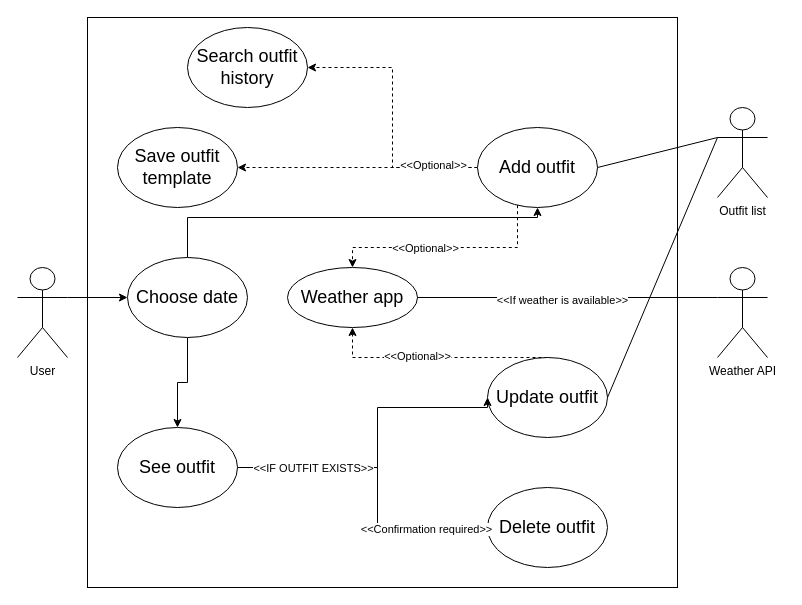
The draw.io diagram docs/diagrams/UCD-managing-outfits-in-calendar.drawio in gienon-fer/SeekFit, before the edit. Source tidied: cells renumbered, new cells numbered last; positions are measured from the earlier drawing's top-left corner, leaving out a move shared by most shapes. Both pictures are drawn from the tidied source at 100%, with x=0, y=0 at pixel (17, 17).
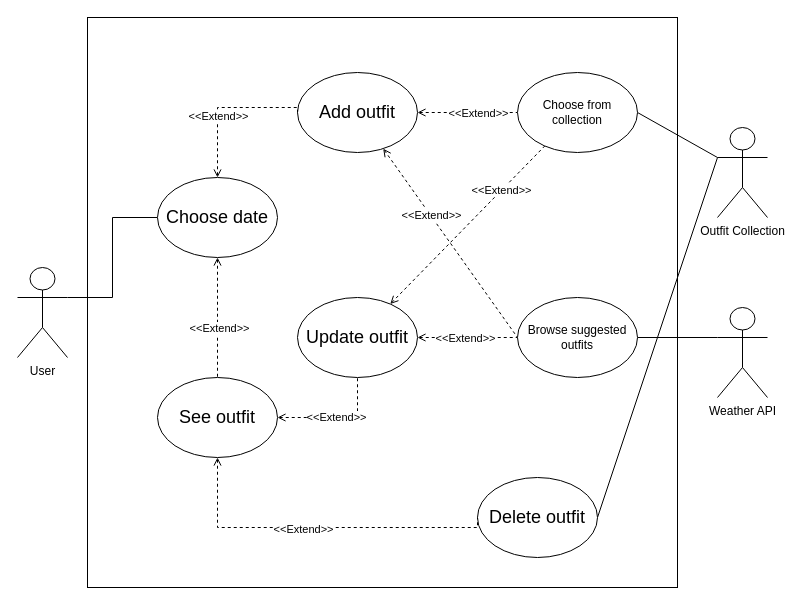
The same page after the edit.

Commit message:
Corrected managing outfits in calendar UCD

The change refers to these unchanged cells:
```xml
<mxCell id="4" value="User" style="shape=umlActor;verticalLabelPosition=bottom;verticalAlign=top;html=1;outlineConnect=0;" parent="1" vertex="1">
  <mxGeometry y="250" width="50" height="90" as="geometry" />
</mxCell>
```

Change to the diagram source:
```diff
@@
-    <mxCell id="3" style="edgeStyle=orthogonalEdgeStyle;rounded=0;jettySize=auto;html=1;entryX=0;entryY=0.5;entryDx=0;entryDy=0;exitX=1;exitY=0.3333333333333333;exitDx=0;exitDy=0;exitPerimeter=0;" parent="1" edge="1" source="4" target="24">
+    <mxCell id="3" style="edgeStyle=orthogonalEdgeStyle;rounded=0;jettySize=auto;html=1;entryX=0;entryY=0.5;entryDx=0;entryDy=0;exitX=1;exitY=0.3333333333333333;exitDx=0;exitDy=0;exitPerimeter=0;endArrow=none;endFill=0;" parent="1" edge="1" source="4" target="24">
       <mxGeometry relative="1" as="geometry" />
     </mxCell>
@@
-    <mxCell id="5" style="edgeStyle=orthogonalEdgeStyle;rounded=0;jettySize=auto;html=1;dashed=1;" parent="1" edge="1" source="10" target="16">
-      <mxGeometry relative="1" as="geometry">
-        <Array as="points">
-          <mxPoint x="500" y="230" />
-          <mxPoint x="335" y="230" />
-        </Array>
-      </mxGeometry>
-    </mxCell>
-    <mxCell id="6" value="&amp;lt;&amp;lt;Optional&amp;gt;&amp;gt;" style="edgeLabel;html=1;align=center;verticalAlign=middle;" parent="5" vertex="1">
-      <mxGeometry x="0.19" relative="1" as="geometry" />
-    </mxCell>
-    <mxCell id="7" style="edgeStyle=orthogonalEdgeStyle;rounded=0;jettySize=auto;html=1;entryX=1;entryY=0.5;entryDx=0;entryDy=0;dashed=1;" parent="1" edge="1" source="10" target="30">
-      <mxGeometry relative="1" as="geometry" />
-    </mxCell>
-    <mxCell id="8" style="edgeStyle=orthogonalEdgeStyle;rounded=0;jettySize=auto;html=1;entryX=1;entryY=0.5;entryDx=0;entryDy=0;dashed=1;" parent="1" edge="1" source="10" target="31">
-      <mxGeometry relative="1" as="geometry" />
-    </mxCell>
-    <mxCell id="9" value="&amp;lt;&amp;lt;Optional&amp;gt;&amp;gt;" style="edgeLabel;html=1;align=center;verticalAlign=middle;" parent="8" vertex="1">
-      <mxGeometry x="-0.67" y="-3" relative="1" as="geometry" />
-    </mxCell>
+    <mxCell id="32" style="edgeStyle=none;html=1;entryX=0;entryY=0.5;entryDx=0;entryDy=0;startArrow=open;startFill=0;endArrow=none;endFill=0;dashed=1;" parent="1" edge="1" source="10" target="48">
+      <mxGeometry relative="1" as="geometry" />
+    </mxCell>
+    <mxCell id="33" value="&amp;lt;&amp;lt;Extend&amp;gt;&amp;gt;" style="edgeLabel;html=1;align=center;verticalAlign=middle;" parent="32" vertex="1">
+      <mxGeometry x="-0.29" relative="1" as="geometry" />
+    </mxCell>
+    <mxCell id="34" style="edgeStyle=none;html=1;startArrow=open;startFill=0;endArrow=none;endFill=0;dashed=1;" parent="1" edge="1" source="10" target="46">
+      <mxGeometry relative="1" as="geometry" />
+    </mxCell>
+    <mxCell id="35" value="&amp;lt;&amp;lt;Extend&amp;gt;&amp;gt;" style="edgeLabel;html=1;align=center;verticalAlign=middle;" parent="34" vertex="1">
+      <mxGeometry x="0.36" y="1" relative="1" as="geometry">
+        <mxPoint x="-8" y="1" as="offset" />
+      </mxGeometry>
+    </mxCell>
     <mxCell id="10" value="&lt;font style=&quot;font-size: 18px;&quot;&gt;Add outfit&lt;/font&gt;" style="ellipse;whiteSpace=wrap;html=1;" parent="1" vertex="1">
-      <mxGeometry x="460" y="110" width="120" height="80" as="geometry" />
+      <mxGeometry x="280" y="55" width="120" height="80" as="geometry" />
     </mxCell>
+    <mxCell id="36" style="edgeStyle=none;html=1;exitX=1;exitY=0.5;exitDx=0;exitDy=0;entryX=0;entryY=0.3333333333333333;entryDx=0;entryDy=0;entryPerimeter=0;startArrow=none;startFill=0;endArrow=none;endFill=0;" parent="1" edge="1" source="11" target="15">
+      <mxGeometry relative="1" as="geometry" />
+    </mxCell>
     <mxCell id="11" value="&lt;font style=&quot;font-size: 18px;&quot;&gt;Delete outfit&lt;/font&gt;" style="ellipse;whiteSpace=wrap;html=1;" parent="1" vertex="1">
-      <mxGeometry x="470" y="470" width="120" height="80" as="geometry" />
+      <mxGeometry x="460" y="460" width="120" height="80" as="geometry" />
     </mxCell>
-    <mxCell id="12" style="edgeStyle=orthogonalEdgeStyle;rounded=0;jettySize=auto;html=1;entryX=0.5;entryY=1;entryDx=0;entryDy=0;dashed=1;" parent="1" edge="1" source="14" target="16">
-      <mxGeometry relative="1" as="geometry">
-        <Array as="points">
-          <mxPoint x="500" y="340" />
-          <mxPoint x="335" y="340" />
-        </Array>
-      </mxGeometry>
-    </mxCell>
-    <mxCell id="13" value="&amp;lt;&amp;lt;Optional&amp;gt;&amp;gt;" style="edgeLabel;html=1;align=center;verticalAlign=middle;" parent="12" vertex="1">
-      <mxGeometry x="0.16" y="-2" relative="1" as="geometry" />
-    </mxCell>
+    <mxCell id="37" style="edgeStyle=none;html=1;startArrow=open;startFill=0;endArrow=none;endFill=0;dashed=1;" parent="1" edge="1" source="14" target="46">
+      <mxGeometry relative="1" as="geometry" />
+    </mxCell>
+    <mxCell id="38" value="&amp;lt;&amp;lt;Extend&amp;gt;&amp;gt;" style="edgeLabel;html=1;align=center;verticalAlign=middle;" parent="37" vertex="1">
+      <mxGeometry x="0.44" y="1" relative="1" as="geometry" />
+    </mxCell>
+    <mxCell id="39" style="edgeStyle=none;html=1;exitX=1;exitY=0.5;exitDx=0;exitDy=0;entryX=0;entryY=0.5;entryDx=0;entryDy=0;startArrow=open;startFill=0;endArrow=none;endFill=0;dashed=1;" parent="1" edge="1" source="14" target="48">
+      <mxGeometry relative="1" as="geometry" />
+    </mxCell>
+    <mxCell id="40" value="&amp;lt;&amp;lt;Extend&amp;gt;&amp;gt;" style="edgeLabel;html=1;align=center;verticalAlign=middle;" parent="39" vertex="1">
+      <mxGeometry x="-0.33" y="-3" relative="1" as="geometry">
+        <mxPoint x="13" y="-3" as="offset" />
+      </mxGeometry>
+    </mxCell>
     <mxCell id="14" value="&lt;font style=&quot;font-size: 18px;&quot;&gt;Update outfit&lt;/font&gt;" style="ellipse;whiteSpace=wrap;html=1;" parent="1" vertex="1">
-      <mxGeometry x="470" y="340" width="120" height="80" as="geometry" />
+      <mxGeometry x="280" y="280" width="120" height="80" as="geometry" />
     </mxCell>
-    <mxCell id="15" value="Outfit list" style="shape=umlActor;verticalLabelPosition=bottom;verticalAlign=top;html=1;outlineConnect=0;" parent="1" vertex="1">
-      <mxGeometry x="700" y="90" width="50" height="90" as="geometry" />
+    <mxCell id="15" value="Outfit Collection" style="shape=umlActor;verticalLabelPosition=bottom;verticalAlign=top;html=1;outlineConnect=0;" parent="1" vertex="1">
+      <mxGeometry x="700" y="110" width="50" height="90" as="geometry" />
     </mxCell>
-    <mxCell id="16" value="&lt;font style=&quot;font-size: 18px;&quot;&gt;Weather app&lt;/font&gt;" style="ellipse;whiteSpace=wrap;html=1;" parent="1" vertex="1">
-      <mxGeometry x="270" y="250" width="130" height="60" as="geometry" />
-    </mxCell>
-    <mxCell id="17" style="edgeStyle=orthogonalEdgeStyle;rounded=0;jettySize=auto;html=1;entryX=0;entryY=0.5;entryDx=0;entryDy=0;" parent="1" edge="1" source="21" target="11">
+    <mxCell id="17" style="edgeStyle=orthogonalEdgeStyle;rounded=0;jettySize=auto;html=1;entryX=0;entryY=0.5;entryDx=0;entryDy=0;startArrow=open;startFill=0;endArrow=none;endFill=0;dashed=1;" parent="1" edge="1" source="21" target="11">
       <mxGeometry relative="1" as="geometry">
         <Array as="points">
-          <mxPoint x="360" y="450" />
-          <mxPoint x="360" y="510" />
+          <mxPoint x="200" y="510" />
         </Array>
       </mxGeometry>
     </mxCell>
-    <mxCell id="18" value="&amp;lt;&amp;lt;Confirmation required&amp;gt;&amp;gt;" style="edgeLabel;html=1;align=center;verticalAlign=middle;" parent="17" vertex="1">
-      <mxGeometry x="0.6" y="-1" relative="1" as="geometry" />
-    </mxCell>
+    <mxCell id="41" value="&amp;lt;&amp;lt;Extend&amp;gt;&amp;gt;" style="edgeLabel;html=1;align=center;verticalAlign=middle;" parent="17" vertex="1">
+      <mxGeometry x="-0.09" y="-1" relative="1" as="geometry" />
+    </mxCell>
-    <mxCell id="19" style="edgeStyle=orthogonalEdgeStyle;rounded=0;jettySize=auto;html=1;entryX=0;entryY=0.5;entryDx=0;entryDy=0;" parent="1" edge="1" source="21" target="14">
+    <mxCell id="19" style="edgeStyle=orthogonalEdgeStyle;rounded=0;jettySize=auto;html=1;startArrow=open;startFill=0;endArrow=none;endFill=0;dashed=1;entryX=0.5;entryY=1;entryDx=0;entryDy=0;" parent="1" edge="1" source="21" target="14">
       <mxGeometry relative="1" as="geometry">
         <Array as="points">
-          <mxPoint x="360" y="450" />
-          <mxPoint x="360" y="390" />
+          <mxPoint x="340" y="400" />
         </Array>
       </mxGeometry>
     </mxCell>
-    <mxCell id="20" value="&amp;lt;&amp;lt;IF OUTFIT EXISTS&amp;gt;&amp;gt;" style="edgeLabel;html=1;align=center;verticalAlign=middle;" parent="19" vertex="1">
-      <mxGeometry x="-0.53" relative="1" as="geometry" />
-    </mxCell>
+    <mxCell id="42" value="&amp;lt;&amp;lt;Extend&amp;gt;&amp;gt;" style="edgeLabel;html=1;align=center;verticalAlign=middle;" parent="19" vertex="1">
+      <mxGeometry x="-0.03" y="1" relative="1" as="geometry" />
+    </mxCell>
     <mxCell id="21" value="&lt;font style=&quot;font-size: 18px;&quot;&gt;See outfit&lt;/font&gt;" style="ellipse;whiteSpace=wrap;html=1;" parent="1" vertex="1">
-      <mxGeometry x="100" y="410" width="120" height="80" as="geometry" />
+      <mxGeometry x="140" y="360" width="120" height="80" as="geometry" />
     </mxCell>
-    <mxCell id="22" style="edgeStyle=orthogonalEdgeStyle;rounded=0;jettySize=auto;html=1;entryX=0.5;entryY=0;entryDx=0;entryDy=0;" parent="1" edge="1" source="24" target="21">
+    <mxCell id="22" style="edgeStyle=orthogonalEdgeStyle;rounded=0;jettySize=auto;html=1;entryX=0.5;entryY=0;entryDx=0;entryDy=0;dashed=1;startArrow=open;startFill=0;endArrow=none;endFill=0;" parent="1" edge="1" source="24" target="21">
       <mxGeometry relative="1" as="geometry" />
     </mxCell>
+    <mxCell id="43" value="&amp;lt;&amp;lt;Extend&amp;gt;&amp;gt;" style="edgeLabel;html=1;align=center;verticalAlign=middle;" parent="22" vertex="1">
+      <mxGeometry x="0.17" y="1" relative="1" as="geometry" />
+    </mxCell>
-    <mxCell id="23" style="edgeStyle=orthogonalEdgeStyle;rounded=0;jettySize=auto;html=1;entryX=0.5;entryY=1;entryDx=0;entryDy=0;" parent="1" edge="1" source="24" target="10">
+    <mxCell id="23" style="edgeStyle=orthogonalEdgeStyle;rounded=0;jettySize=auto;html=1;endArrow=none;endFill=0;startArrow=open;startFill=0;dashed=1;entryX=0;entryY=0.5;entryDx=0;entryDy=0;" parent="1" edge="1" source="24" target="10">
       <mxGeometry relative="1" as="geometry">
         <Array as="points">
-          <mxPoint x="170" y="200" />
-          <mxPoint x="520" y="200" />
+          <mxPoint x="200" y="90" />
         </Array>
       </mxGeometry>
     </mxCell>
+    <mxCell id="44" value="&amp;lt;&amp;lt;Extend&amp;gt;&amp;gt;" style="edgeLabel;html=1;align=center;verticalAlign=middle;" parent="23" vertex="1">
+      <mxGeometry x="-0.2" relative="1" as="geometry" />
+    </mxCell>
     <mxCell id="24" value="&lt;font style=&quot;font-size: 18px;&quot;&gt;Choose date&lt;/font&gt;" style="ellipse;whiteSpace=wrap;html=1;" parent="1" vertex="1">
-      <mxGeometry x="110" y="240" width="120" height="80" as="geometry" />
+      <mxGeometry x="140" y="160" width="120" height="80" as="geometry" />
     </mxCell>
-    <mxCell id="25" style="endArrow=none;html=1;rounded=0;exitX=1;exitY=0.5;exitDx=0;exitDy=0;entryX=0;entryY=0.3333333333333333;entryDx=0;entryDy=0;entryPerimeter=0;" parent="1" edge="1" source="10" target="15">
-      <mxGeometry relative="1" as="geometry" />
-    </mxCell>
-    <mxCell id="26" style="endArrow=none;html=1;rounded=0;exitX=1;exitY=0.5;exitDx=0;exitDy=0;entryX=0;entryY=0.3333333333333333;entryDx=0;entryDy=0;entryPerimeter=0;" parent="1" edge="1" source="14" target="15">
-      <mxGeometry relative="1" as="geometry" />
-    </mxCell>
     <mxCell id="27" value="Weather API" style="shape=umlActor;verticalLabelPosition=bottom;verticalAlign=top;html=1;outlineConnect=0;" parent="1" vertex="1">
-      <mxGeometry x="700" y="250" width="50" height="90" as="geometry" />
+      <mxGeometry x="700" y="290" width="50" height="90" as="geometry" />
     </mxCell>
-    <mxCell id="28" style="endArrow=none;html=1;rounded=0;exitX=1;exitY=0.5;exitDx=0;exitDy=0;entryX=0;entryY=0.3333333333333333;entryDx=0;entryDy=0;entryPerimeter=0;" parent="1" edge="1" source="16" target="27">
-      <mxGeometry relative="1" as="geometry" />
-    </mxCell>
-    <mxCell id="29" value="&amp;lt;&amp;lt;If weather is available&amp;gt;&amp;gt;" style="edgeLabel;html=1;align=center;verticalAlign=middle;" parent="28" vertex="1">
-      <mxGeometry x="-0.04" y="-2" relative="1" as="geometry" />
-    </mxCell>
-    <mxCell id="30" value="&lt;font style=&quot;font-size: 18px;&quot;&gt;Save outfit template&lt;/font&gt;" style="ellipse;whiteSpace=wrap;html=1;" parent="1" vertex="1">
-      <mxGeometry x="100" y="110" width="120" height="80" as="geometry" />
-    </mxCell>
-    <mxCell id="31" value="&lt;font style=&quot;font-size: 18px;&quot;&gt;Search outfit history&lt;/font&gt;" style="ellipse;whiteSpace=wrap;html=1;" parent="1" vertex="1">
-      <mxGeometry x="170" y="10" width="120" height="80" as="geometry" />
-    </mxCell>
+    <mxCell id="45" style="edgeStyle=none;html=1;exitX=1;exitY=0.5;exitDx=0;exitDy=0;entryX=0;entryY=0.3333333333333333;entryDx=0;entryDy=0;entryPerimeter=0;startArrow=none;startFill=0;endArrow=none;endFill=0;" parent="1" edge="1" source="46" target="15">
+      <mxGeometry relative="1" as="geometry" />
+    </mxCell>
+    <mxCell id="46" value="Choose from collection" style="ellipse;whiteSpace=wrap;html=1;" parent="1" vertex="1">
+      <mxGeometry x="500" y="55" width="120" height="80" as="geometry" />
+    </mxCell>
+    <mxCell id="47" style="edgeStyle=none;html=1;exitX=1;exitY=0.5;exitDx=0;exitDy=0;entryX=0;entryY=0.3333333333333333;entryDx=0;entryDy=0;entryPerimeter=0;startArrow=none;startFill=0;endArrow=none;endFill=0;" parent="1" edge="1" source="48" target="27">
+      <mxGeometry relative="1" as="geometry" />
+    </mxCell>
+    <mxCell id="48" value="Browse suggested&lt;br&gt;outfits" style="ellipse;whiteSpace=wrap;html=1;" parent="1" vertex="1">
+      <mxGeometry x="500" y="280" width="120" height="80" as="geometry" />
+    </mxCell>
```
